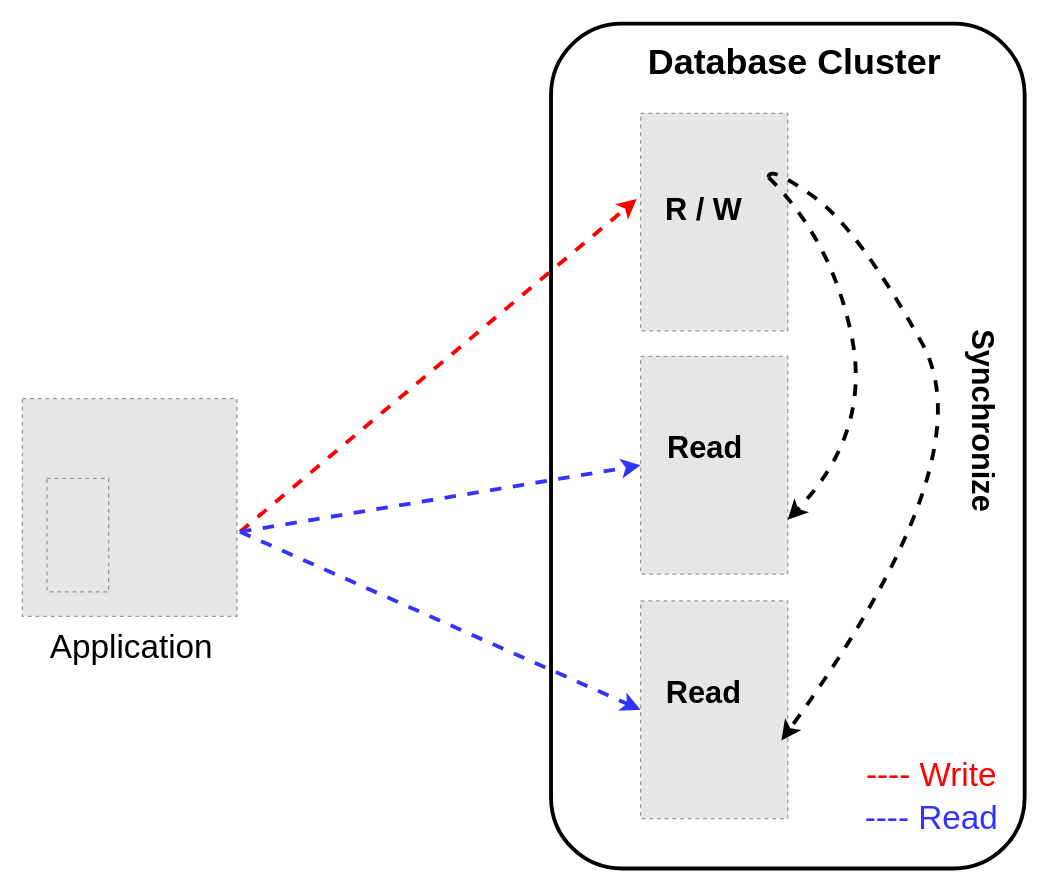
This is db-master-slave.drawio from auula/draw.io, a draw.io file, before an edit. Source tidied: cells renumbered, new cells numbered last; positions are measured from the earlier drawing's top-left corner, leaving out a move shared by most shapes. Both pictures are drawn from the tidied source at 128%, with x=0, y=0 at pixel (22, 23). Pictures stored in the file or linked from it are replaced by grey dashed boxes.
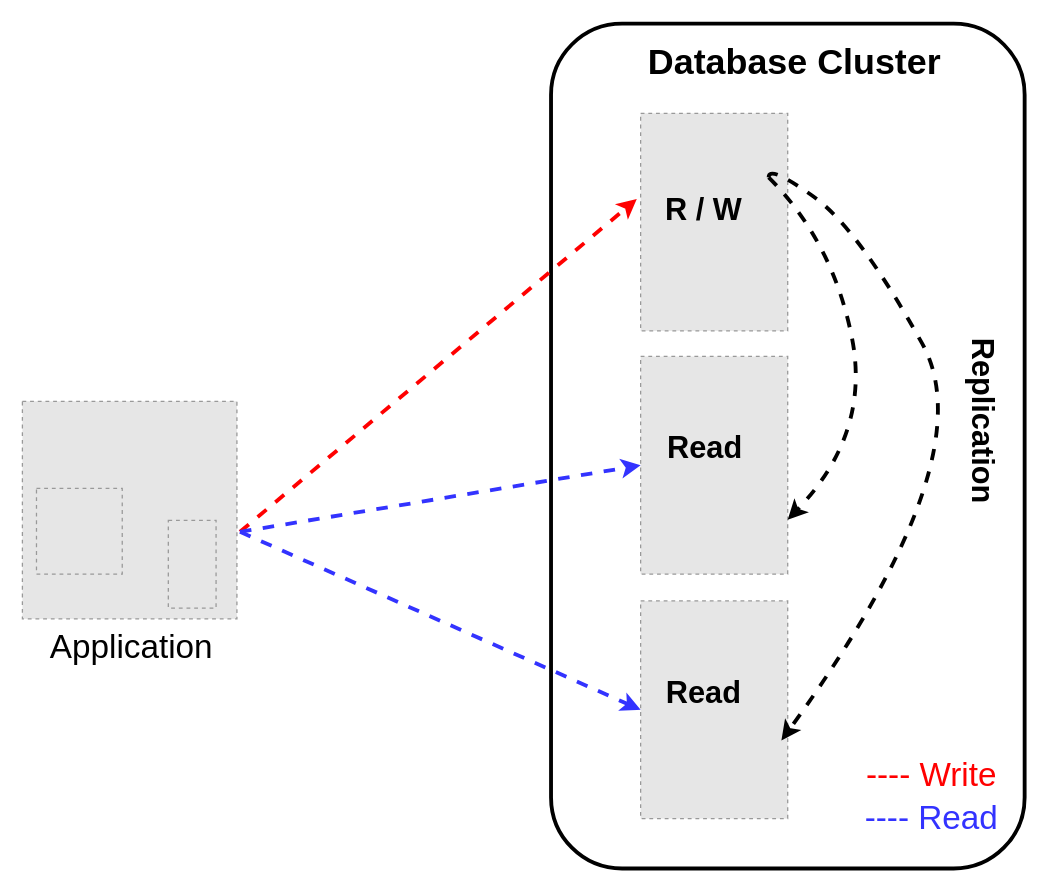
The same page after the edit.

The change refers to these unchanged cells:
```xml
<mxCell id="2" style="group;" parent="1" vertex="1">
  <mxGeometry x="413" width="370" height="660" as="geometry" />
</mxCell>
```

Change to the diagram source:
```diff
@@
-    <mxCell id="13" value="Synchronize" style="text;strokeColor=none;fillColor=none;html=1;fontSize=24;fontStyle=1;verticalAlign=middle;align=center;rotation=90;" parent="2" vertex="1">
+    <mxCell id="13" value="Replication" style="text;strokeColor=none;fillColor=none;html=1;fontSize=24;fontStyle=1;verticalAlign=middle;align=center;rotation=90;" parent="2" vertex="1">
       <mxGeometry x="287" y="290" width="100" height="40" as="geometry" />
     </mxCell>
@@
     <mxCell id="17" style="group;" parent="1" vertex="1">
-      <mxGeometry y="292" width="170" height="170" as="geometry" />
+      <mxGeometry y="294" width="170" height="170" as="geometry" />
     </mxCell>
@@
     <mxCell id="19" style="fillColor=#E6E6E6;strokeColor=#999999;dashed=1;verticalLabelPosition=bottom;labelBackgroundColor=#ffffff;verticalAlign=top;" parent="17" vertex="1">
-      <mxGeometry x="19.2" y="63.3" width="48.2" height="88.6" as="geometry" />
+      <mxGeometry x="114" y="94" width="37.3" height="68.6" as="geometry" />
     </mxCell>
+    <mxCell id="24" style="fillColor=#E6E6E6;strokeColor=#999999;dashed=1;verticalLabelPosition=bottom;labelBackgroundColor=default;verticalAlign=top;" parent="17" vertex="1">
+      <mxGeometry x="11" y="69" width="67" height="67" as="geometry" />
+    </mxCell>
```
